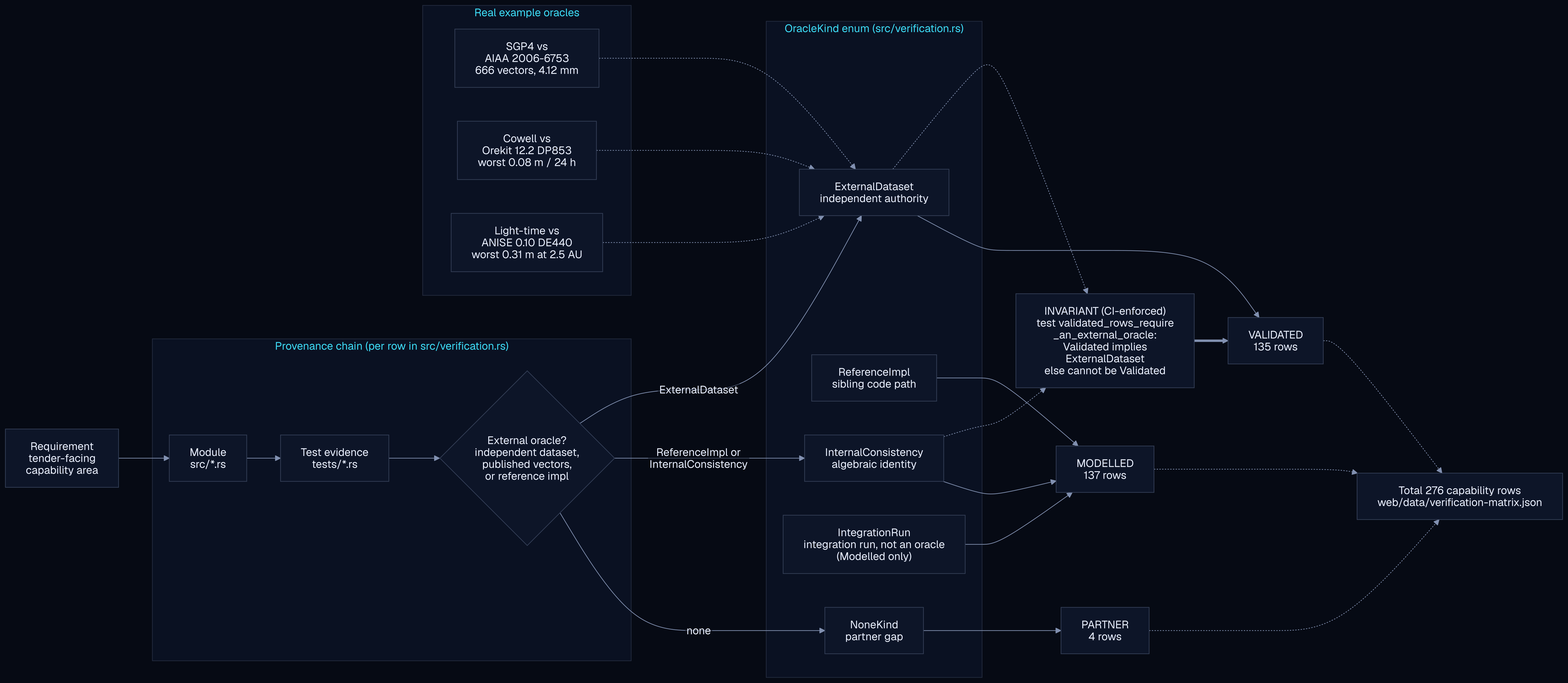
Earlier version of the Mermaid export docs/assets/diagrams/validation-provenance.png (ashfordeOU/kshana). Its source is kept beside it as docs/diagrams/validation-provenance.mmd.
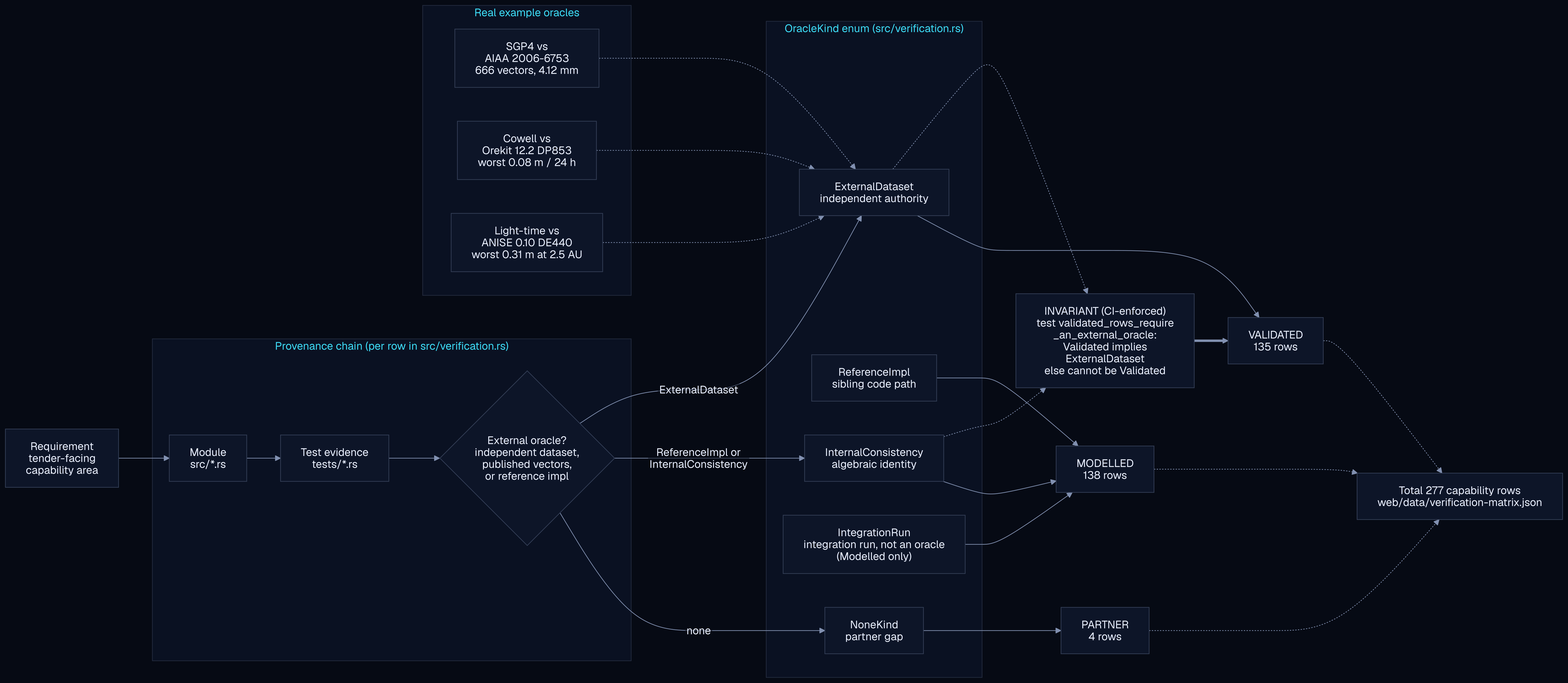
After the change.

Change to the diagram source:
```diff
@@ -28,7 +28,7 @@
     INT -.-> GUARD
 
     EXT --> VAL["VALIDATED<br/>135 rows"]
-    REF --> MDL["MODELLED<br/>137 rows"]
+    REF --> MDL["MODELLED<br/>138 rows"]
     INT --> MDL
     IRN --> MDL
     NON --> PRT["PARTNER<br/>4 rows"]
@@ -45,7 +45,7 @@
     E2 -.-> EXT
     E3 -.-> EXT
 
-    TOTAL["Total 276 capability rows<br/>web/data/verification-matrix.json"]
+    TOTAL["Total 277 capability rows<br/>web/data/verification-matrix.json"]
     VAL -.-> TOTAL
     MDL -.-> TOTAL
     PRT -.-> TOTAL
```
